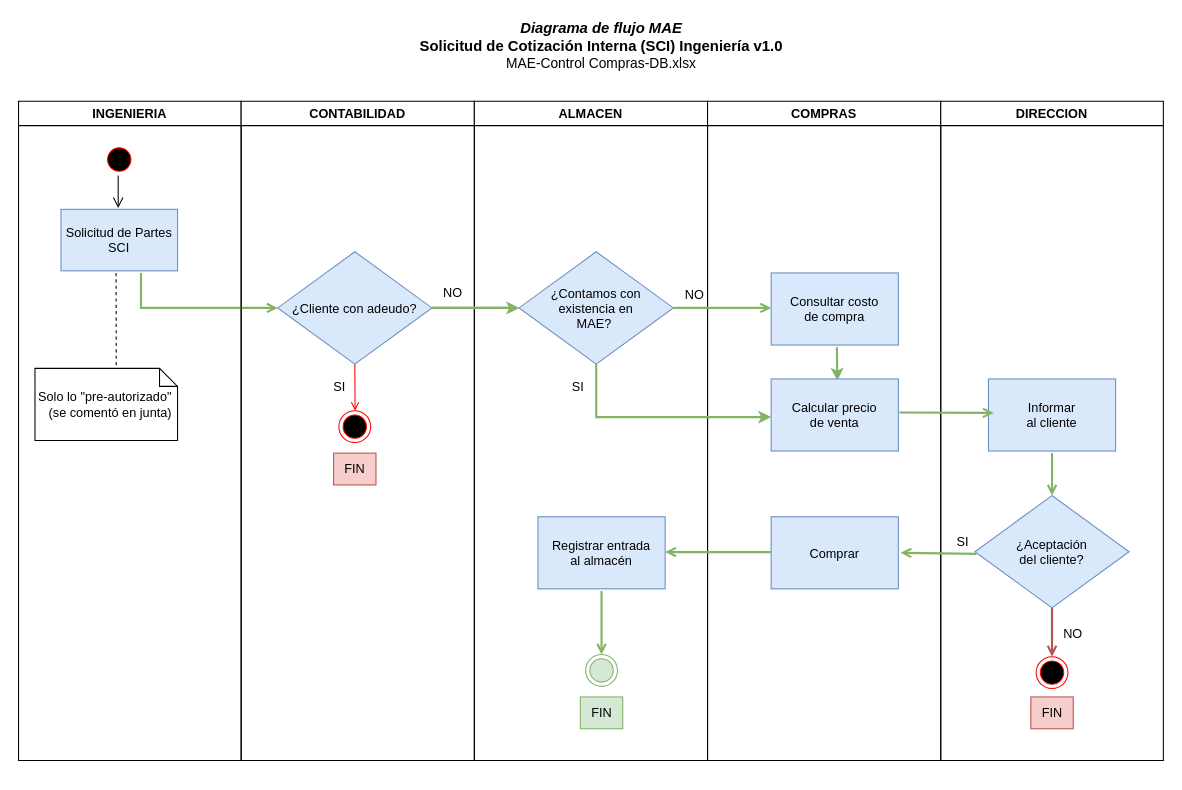
Above: Flujos/D-Actividades-SCI-Servicios-Ingenieria.drawio in RaulGutierrezCarmona/Diagrams (draw.io), before the change. Source tidied: cells renumbered, new cells numbered last; positions are measured from the earlier drawing's top-left corner, leaving out a move shared by most shapes. Both pictures are drawn from the tidied source at 106%, with x=0, y=0 at pixel (18, 18).
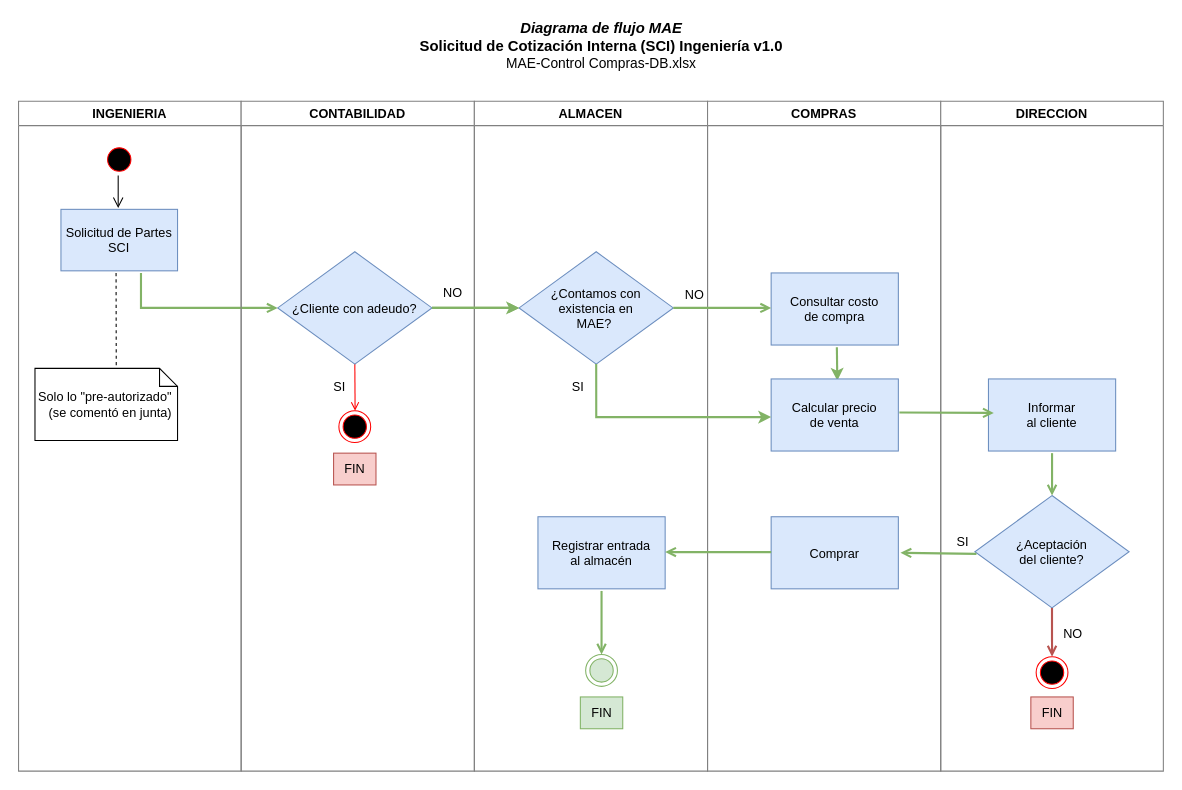
The same page after the edit.

The edit, as a diff of the source:
```diff
@@
-    <mxCell id="2" value="INGENIERIA" style="swimlane;whiteSpace=wrap;" parent="1" vertex="1">
-      <mxGeometry y="78" width="210" height="622" as="geometry" />
+    <mxCell id="2" value="INGENIERIA" style="swimlane;whiteSpace=wrap;strokeColor=#808080;" parent="1" vertex="1">
+      <mxGeometry y="78" width="210" height="632" as="geometry" />
     </mxCell>
@@
-    <mxCell id="9" value="CONTABILIDAD" style="swimlane;whiteSpace=wrap;" parent="1" vertex="1">
-      <mxGeometry x="210" y="78" width="220" height="622" as="geometry" />
+    <mxCell id="9" value="CONTABILIDAD" style="swimlane;whiteSpace=wrap;strokeColor=#808080;" parent="1" vertex="1">
+      <mxGeometry x="210" y="78" width="220" height="632" as="geometry" />
     </mxCell>
@@
-    <mxCell id="17" value="ALMACEN" style="swimlane;whiteSpace=wrap;" parent="1" vertex="1">
-      <mxGeometry x="430" y="78" width="220" height="622" as="geometry" />
+    <mxCell id="17" value="ALMACEN" style="swimlane;whiteSpace=wrap;strokeColor=#808080;" parent="1" vertex="1">
+      <mxGeometry x="430" y="78" width="220" height="632" as="geometry" />
     </mxCell>
@@
-    <mxCell id="26" value="COMPRAS" style="swimlane;whiteSpace=wrap;" parent="1" vertex="1">
-      <mxGeometry x="650" y="78" width="220" height="622" as="geometry" />
+    <mxCell id="26" value="COMPRAS" style="swimlane;whiteSpace=wrap;strokeColor=#808080;" parent="1" vertex="1">
+      <mxGeometry x="650" y="78" width="220" height="632" as="geometry" />
     </mxCell>
@@
-    <mxCell id="31" value="DIRECCION" style="swimlane;whiteSpace=wrap;" parent="1" vertex="1">
-      <mxGeometry x="870" y="78" width="210" height="622" as="geometry" />
+    <mxCell id="31" value="DIRECCION" style="swimlane;whiteSpace=wrap;strokeColor=#808080;" parent="1" vertex="1">
+      <mxGeometry x="870" y="78" width="210" height="632" as="geometry" />
     </mxCell>
```
